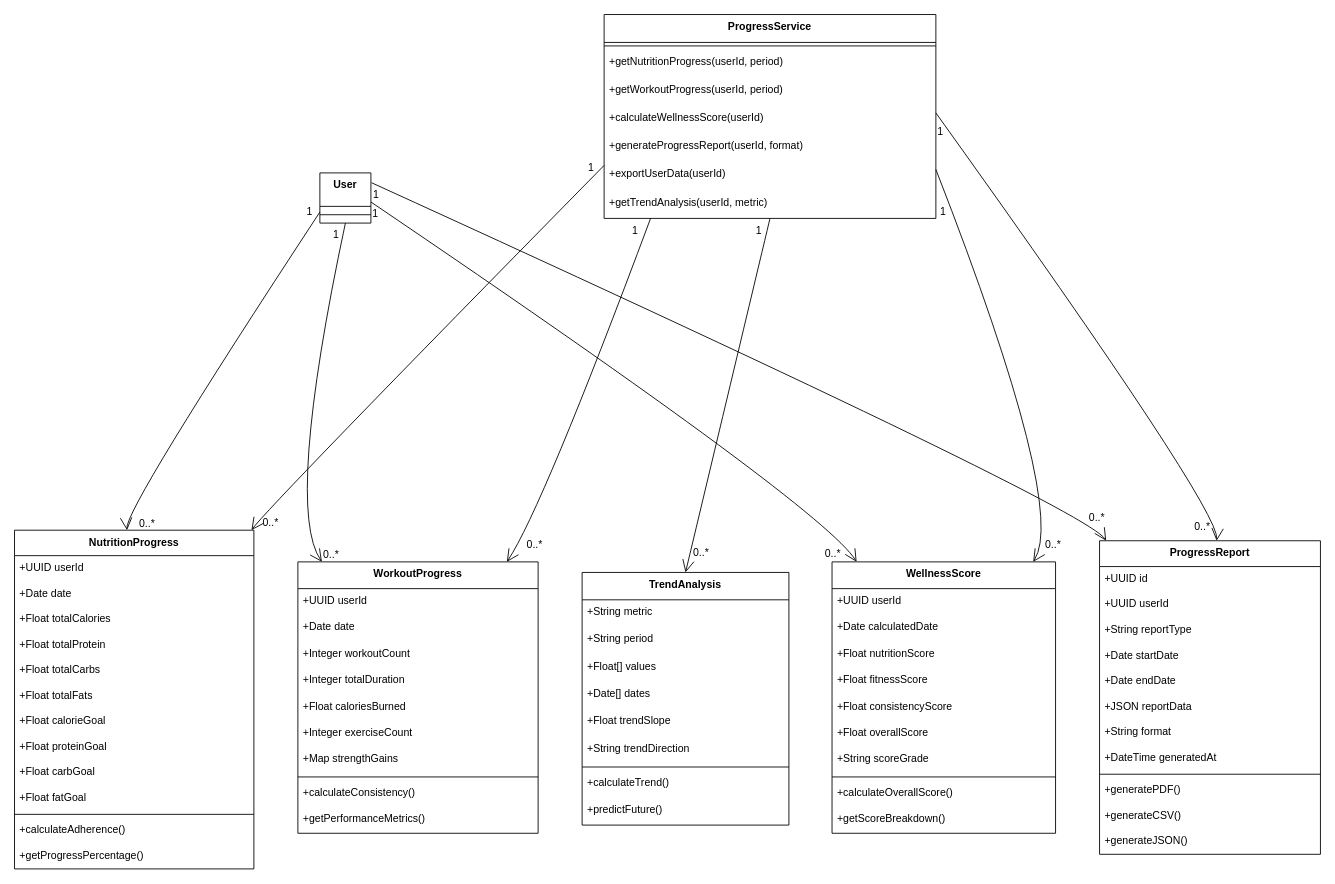
Above: documents/Artifact Diagrams/Progress Report/ProgressReport_Class.drawio in lujamanandhar/FYP (draw.io), before the change. Source tidied: cells renumbered, new cells numbered last; positions are measured from the earlier drawing's top-left corner, leaving out a move shared by most shapes. Both pictures are drawn from the tidied source at 88%, with x=0, y=0 at pixel (14, 14).
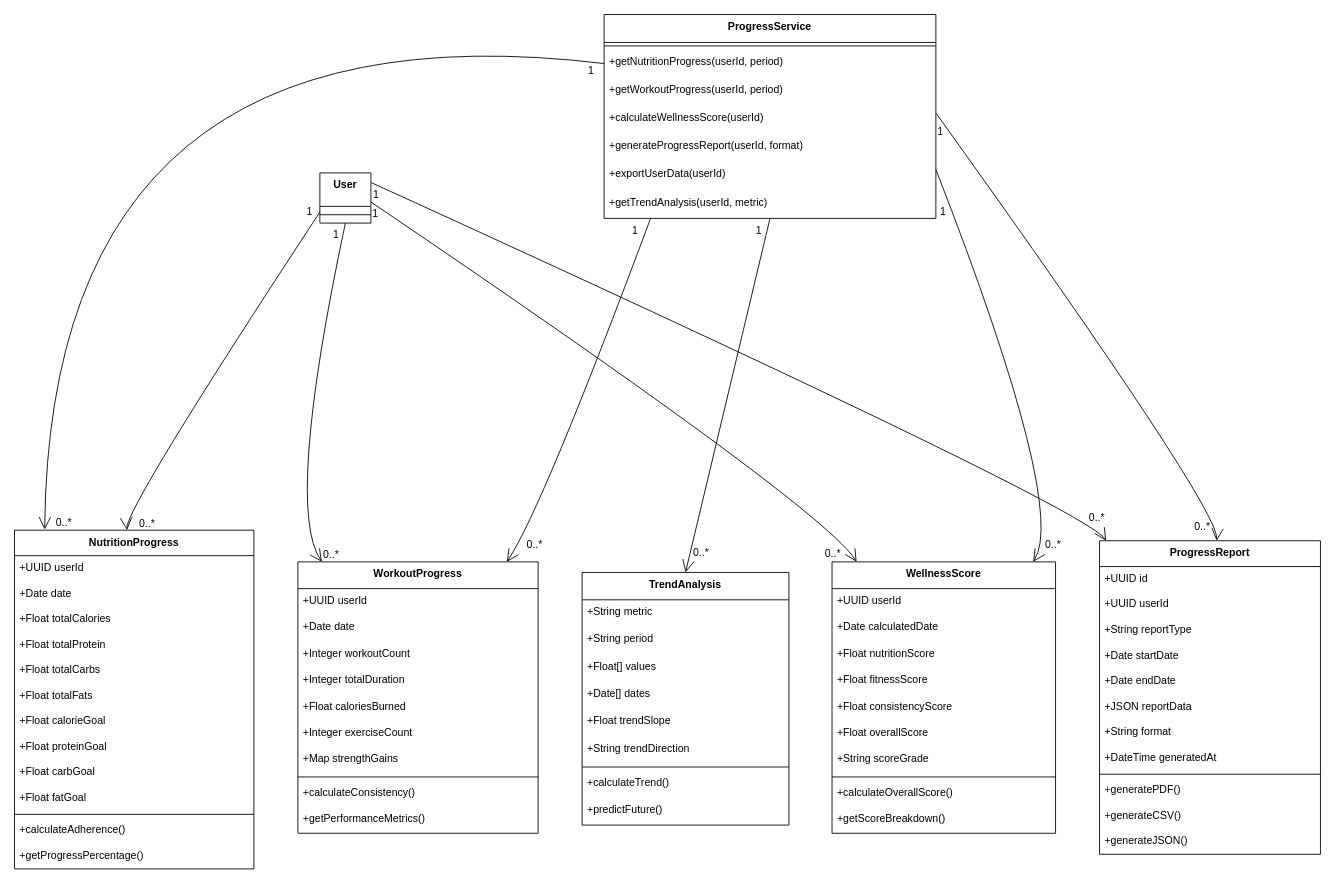
Above is the later version.

Unchanged cells that the change refers to:
```xml
<mxCell id="2" value="ProgressService" style="swimlane;fontStyle=1;align=center;verticalAlign=top;horizontal=1;startSize=31.733333333333334;" parent="1" vertex="1">
  <mxGeometry x="670" width="377" height="231.7" as="geometry" />
</mxCell>
<mxCell id="4" value="+getNutritionProgress(userId, period)" style="text;strokeColor=none;fillColor=none;align=left;verticalAlign=top;spacingLeft=4;spacingRight=4;overflow=hidden;points=[[0,0.5],[1,0.5]];portConstraint=eastwest;" parent="2" vertex="1">
  <mxGeometry y="39.7" width="377" height="32" as="geometry" />
</mxCell>
<mxCell id="10" value="NutritionProgress" style="swimlane;fontStyle=1;align=center;verticalAlign=top;horizontal=1;startSize=28.923076923076923;" parent="1" vertex="1">
  <mxGeometry y="586" width="272" height="384.9" as="geometry" />
</mxCell>
```

Change to the diagram source:
```diff
@@
-    <mxCell id="71" style="curved=1;startArrow=none;endArrow=open;endSize=12;exitX=0;exitY=0.74;entryX=0.99;entryY=0;rounded=0;" parent="1" edge="1" source="2" target="10">
+    <mxCell id="71" style="curved=1;startArrow=none;endArrow=open;endSize=12;exitX=0;exitY=0.5;entryX=0.126;entryY=-0.002;rounded=0;entryDx=0;entryDy=0;entryPerimeter=0;exitDx=0;exitDy=0;" parent="1" edge="1" source="4" target="10">
       <mxGeometry relative="1" as="geometry">
         <Array as="points">
-          <mxPoint x="287" y="561" />
+          <mxPoint x="40" y="-20" />
         </Array>
       </mxGeometry>
     </mxCell>
     <mxCell id="72" value="1" style="edgeLabel;labelBackgroundColor=none;fontSize=12;align=right;verticalAlign=top;" parent="71" vertex="1">
       <mxGeometry x="-1" relative="1" as="geometry">
-        <mxPoint x="-10" y="-11" as="offset" />
+        <mxPoint x="-10" y="-6" as="offset" />
       </mxGeometry>
     </mxCell>
```
